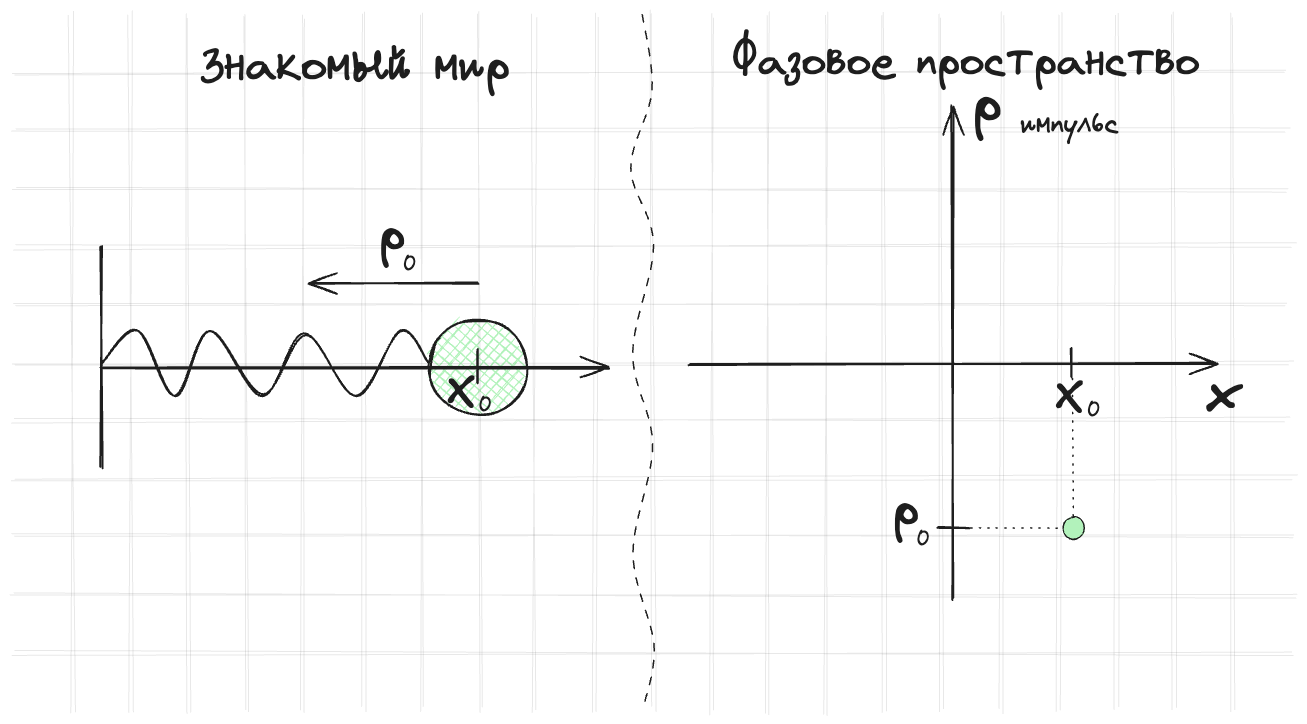
Before: assets/images/numerical_method/phase_space_spring.excalidraw.png, a diagram exported from Excalidraw (kozakromch/game_physics_2). Source tidied: one line per element, renumbered; positions are measured from the earlier drawing's top-left corner, leaving out a move shared by most shapes. Source of this version:
```json
{"id": 0, "type": "line", "strokeColor": "#1e1e1e", "angle": 4.71, "strokeWidth": 2, "roughness": 1, "round": true, "x": 269, "y": 343, "width": 220, "height": 0, "points": [[0, 0], [220, 0]]}
{"id": 1, "type": "ellipse", "strokeColor": "#1e1e1e", "angle": 4.71, "backgroundColor": "#b2f2bb", "fillStyle": "cross-hatch", "strokeWidth": 2, "roughness": 1, "round": true, "x": 707, "y": 304, "width": 95, "height": 99}
{"id": 2, "type": "line", "strokeColor": "#1e1e1e", "strokeWidth": 1, "roughness": 2, "opacity": 10, "round": true, "x": 290, "y": 59, "width": 1272, "height": 0, "points": [[0, 0], [1272, 0]]}
{"id": 3, "type": "line", "strokeColor": "#1e1e1e", "strokeWidth": 1, "roughness": 2, "opacity": 10, "round": true, "x": 290, "y": 407, "width": 1272, "height": 0, "points": [[0, 0], [1272, 0]]}
{"id": 4, "type": "line", "strokeColor": "#1e1e1e", "strokeWidth": 1, "roughness": 2, "opacity": 10, "round": true, "x": 290, "y": 116, "width": 1275, "height": 0, "points": [[0, 0], [1275, 0]]}
{"id": 5, "type": "line", "strokeColor": "#1e1e1e", "strokeWidth": 1, "roughness": 2, "opacity": 10, "round": true, "x": 290, "y": 465, "width": 1280, "height": 0, "points": [[0, 0], [1280, 0]]}
{"id": 6, "type": "line", "strokeColor": "#1e1e1e", "strokeWidth": 1, "roughness": 2, "opacity": 10, "round": true, "x": 290, "y": 175, "width": 1273, "height": 0, "points": [[0, 0], [1273, 0]]}
{"id": 7, "type": "line", "strokeColor": "#1e1e1e", "strokeWidth": 1, "roughness": 2, "opacity": 10, "round": true, "x": 290, "y": 522, "width": 1278, "height": 0, "points": [[0, 0], [1278, 0]]}
{"id": 8, "type": "line", "strokeColor": "#1e1e1e", "strokeWidth": 1, "roughness": 2, "opacity": 10, "round": true, "x": 290, "y": 232, "width": 1280, "height": 0, "points": [[0, 0], [1280, 0]]}
{"id": 9, "type": "line", "strokeColor": "#1e1e1e", "strokeWidth": 1, "roughness": 2, "opacity": 10, "round": true, "x": 289, "y": 580, "width": 1282, "height": 0, "points": [[0, 0], [1282, 0]]}
{"id": 10, "type": "line", "strokeColor": "#1e1e1e", "strokeWidth": 1, "roughness": 2, "opacity": 10, "round": true, "x": 290, "y": 291, "width": 1271, "height": 0, "points": [[0, 0], [1271, 0]]}
{"id": 11, "type": "line", "strokeColor": "#1e1e1e", "strokeWidth": 1, "roughness": 2, "opacity": 10, "round": true, "x": 290, "y": 639, "width": 1279, "height": 0, "points": [[0, 0], [1279, 0]]}
{"id": 12, "type": "line", "strokeColor": "#1e1e1e", "strokeWidth": 1, "roughness": 2, "opacity": 10, "round": true, "x": 291, "y": 348, "width": 1277, "height": 0, "points": [[0, 0], [1277, 0]]}
{"id": 13, "type": "line", "strokeColor": "#1e1e1e", "angle": 1.57, "strokeWidth": 1, "roughness": 2, "opacity": 10, "round": true, "x": 581, "y": 347, "width": 696, "height": 0, "points": [[0, 0], [696, 0]]}
{"id": 14, "type": "line", "strokeColor": "#1e1e1e", "angle": 1.57, "strokeWidth": 1, "roughness": 2, "opacity": 10, "round": true, "x": 233, "y": 348, "width": 696, "height": 0, "points": [[0, 0], [696, 0]]}
{"id": 15, "type": "line", "strokeColor": "#1e1e1e", "angle": 1.57, "strokeWidth": 1, "roughness": 2, "opacity": 10, "round": true, "x": 523, "y": 348, "width": 697, "height": 0, "points": [[0, 0], [697, 0]]}
{"id": 16, "type": "line", "strokeColor": "#1e1e1e", "angle": 1.57, "strokeWidth": 1, "roughness": 2, "opacity": 10, "round": true, "x": 174, "y": 348, "width": 697, "height": 0, "points": [[0, 0], [697, 0]]}
{"id": 17, "type": "line", "strokeColor": "#1e1e1e", "angle": 1.57, "strokeWidth": 1, "roughness": 2, "opacity": 10, "round": true, "x": 465, "y": 348, "width": 697, "height": 0, "points": [[0, 0], [697, 0]]}
{"id": 18, "type": "line", "strokeColor": "#1e1e1e", "angle": 1.57, "strokeWidth": 1, "roughness": 2, "opacity": 10, "round": true, "x": 116, "y": 349, "width": 697, "height": 0, "points": [[0, 0], [697, 0]]}
{"id": 19, "type": "line", "strokeColor": "#1e1e1e", "angle": 1.57, "strokeWidth": 1, "roughness": 2, "opacity": 10, "round": true, "x": 406, "y": 348, "width": 697, "height": 0, "points": [[0, 0], [697, 0]]}
{"id": 20, "type": "line", "strokeColor": "#1e1e1e", "angle": 1.57, "strokeWidth": 1, "roughness": 2, "opacity": 10, "round": true, "x": 58, "y": 348, "width": 697, "height": 0, "points": [[0, 0], [697, 0]]}
{"id": 21, "type": "line", "strokeColor": "#1e1e1e", "angle": 1.57, "strokeWidth": 1, "roughness": 2, "opacity": 10, "round": true, "x": 349, "y": 348, "width": 697, "height": 0, "points": [[0, 0], [697, 0]]}
{"id": 22, "type": "line", "strokeColor": "#1e1e1e", "angle": 1.57, "strokeWidth": 1, "roughness": 2, "opacity": 10, "round": true, "x": 0, "y": 348, "width": 697, "height": 0, "points": [[0, 0], [697, 0]]}
{"id": 23, "type": "line", "strokeColor": "#1e1e1e", "angle": 1.57, "strokeWidth": 1, "roughness": 2, "opacity": 10, "round": true, "x": 290, "y": 348, "width": 696, "height": 0, "points": [[0, 0], [696, 0]]}
{"id": 24, "type": "line", "strokeColor": "#1e1e1e", "angle": 1.57, "strokeWidth": 1, "roughness": 2, "opacity": 10, "round": true, "x": 639, "y": 348, "width": 697, "height": 0, "points": [[0, 0], [697, 0]]}
{"id": 25, "type": "line", "strokeColor": "#1e1e1e", "angle": 1.57, "strokeWidth": 1, "roughness": 2, "opacity": 10, "round": true, "x": 929, "y": 349, "width": 696, "height": 0, "points": [[0, 0], [696, 0]]}
{"id": 26, "type": "line", "strokeColor": "#1e1e1e", "angle": 1.57, "strokeWidth": 1, "roughness": 2, "opacity": 10, "round": true, "x": 871, "y": 349, "width": 697, "height": 0, "points": [[0, 0], [697, 0]]}
{"id": 27, "type": "line", "strokeColor": "#1e1e1e", "angle": 1.57, "strokeWidth": 1, "roughness": 2, "opacity": 10, "round": true, "x": 1161, "y": 348, "width": 697, "height": 0, "points": [[0, 0], [697, 0]]}
{"id": 28, "type": "line", "strokeColor": "#1e1e1e", "angle": 1.57, "strokeWidth": 1, "roughness": 2, "opacity": 10, "round": true, "x": 813, "y": 349, "width": 697, "height": 0, "points": [[0, 0], [697, 0]]}
{"id": 29, "type": "line", "strokeColor": "#1e1e1e", "angle": 1.57, "strokeWidth": 1, "roughness": 2, "opacity": 10, "round": true, "x": 1103, "y": 348, "width": 697, "height": 0, "points": [[0, 0], [697, 0]]}
{"id": 30, "type": "line", "strokeColor": "#1e1e1e", "angle": 1.57, "strokeWidth": 1, "roughness": 2, "opacity": 10, "round": true, "x": 755, "y": 349, "width": 697, "height": 0, "points": [[0, 0], [697, 0]]}
{"id": 31, "type": "line", "strokeColor": "#1e1e1e", "angle": 1.57, "strokeWidth": 1, "roughness": 2, "opacity": 10, "round": true, "x": 1045, "y": 349, "width": 697, "height": 0, "points": [[0, 0], [697, 0]]}
{"id": 32, "type": "line", "strokeColor": "#1e1e1e", "angle": 1.57, "strokeWidth": 1, "roughness": 2, "opacity": 10, "round": true, "x": 697, "y": 348, "width": 697, "height": 0, "points": [[0, 0], [697, 0]]}
{"id": 33, "type": "line", "strokeColor": "#1e1e1e", "angle": 1.57, "strokeWidth": 1, "roughness": 2, "opacity": 10, "round": true, "x": 987, "y": 349, "width": 696, "height": 0, "points": [[0, 0], [696, 0]]}
{"id": 34, "type": "line", "strokeColor": "#1e1e1e", "angle": 4.71, "strokeWidth": 2, "roughness": 1, "round": true, "x": 542, "y": 185, "width": 65, "height": 328, "points": [[0, 0], [33, 36], [-33, 73], [33, 109], [-33, 160], [29, 204], [-33, 255], [33, 299], [0, 328]]}
{"id": 35, "type": "arrow", "strokeColor": "#1e1e1e", "strokeWidth": 2, "roughness": 1, "endArrowhead": "arrow", "round": true, "x": 377, "y": 354, "width": 508, "height": 0, "points": [[0, 0], [508, 0]]}
{"id": 36, "type": "line", "strokeColor": "#1e1e1e", "strokeWidth": 2, "roughness": 1, "round": true, "x": 754, "y": 335, "width": 0, "height": 33, "points": [[0, 0], [0, 33]]}
{"id": 37, "type": "arrow", "strokeColor": "#1e1e1e", "strokeWidth": 2, "roughness": 1, "endArrowhead": "arrow", "round": true, "to": 49, "x": 1229, "y": 584, "width": 0, "height": 493, "points": [[0, 0], [0, -493]]}
{"id": 38, "type": "arrow", "strokeColor": "#1e1e1e", "strokeWidth": 2, "roughness": 1, "endArrowhead": "arrow", "round": true, "x": 966, "y": 351, "width": 527, "height": 2, "points": [[0, 0], [527, -2]]}
{"id": 39, "type": "line", "strokeColor": "#1e1e1e", "strokeWidth": 2, "roughness": 1, "round": true, "x": 1348, "y": 334, "width": 0, "height": 29, "points": [[0, 0], [0, 29]]}
{"id": 40, "type": "text", "text": "X", "strokeColor": "#1e1e1e", "strokeWidth": 2, "roughness": 1, "fontSize": 46.63, "fontFamily": 1, "x": 1332, "y": 353, "width": 28, "height": 58}
{"id": 41, "type": "text", "text": "x", "strokeColor": "#1e1e1e", "strokeWidth": 2, "roughness": 1, "fontSize": 58.96, "fontFamily": 1, "x": 1482, "y": 342, "width": 33, "height": 74}
{"id": 42, "type": "text", "text": "импульс", "strokeColor": "#1e1e1e", "strokeWidth": 2, "roughness": 1, "fontSize": 28, "fontFamily": 1, "x": 1297, "y": 93, "width": 98, "height": 35}
{"id": 43, "type": "arrow", "strokeColor": "#1e1e1e", "strokeWidth": 2, "roughness": 1, "endArrowhead": "arrow", "round": true, "x": 754, "y": 270, "width": 168, "height": 0, "points": [[0, 0], [-168, 0]]}
{"id": 44, "type": "text", "text": "p", "strokeColor": "#1e1e1e", "strokeWidth": 2, "roughness": 1, "fontSize": 50.84, "fontFamily": 1, "x": 657, "y": 190, "width": 25, "height": 64}
{"id": 45, "type": "line", "strokeColor": "#1e1e1e", "strokeWidth": 2, "roughness": 1, "round": true, "x": 1246, "y": 513, "width": 31, "height": 0, "points": [[0, 0], [-31, 0]]}
{"id": 46, "type": "line", "strokeColor": "#1e1e1e", "strokeWidth": 1, "strokeStyle": "dotted", "roughness": 1, "round": true, "x": 1247, "y": 514, "width": 105, "height": 0, "points": [[0, 0], [105, 0]]}
{"id": 47, "type": "line", "strokeColor": "#1e1e1e", "strokeWidth": 1, "strokeStyle": "dotted", "roughness": 1, "round": true, "x": 1349, "y": 363, "width": 0, "height": 149, "points": [[0, 0], [0, 149]]}
{"id": 48, "type": "ellipse", "strokeColor": "#1e1e1e", "backgroundColor": "#b2f2bb", "fillStyle": "solid", "strokeWidth": 1, "roughness": 1, "round": true, "x": 1340, "y": 503, "width": 21, "height": 22}
{"id": 49, "type": "text", "text": "Фазовое пространство", "strokeColor": "#1e1e1e", "backgroundColor": "#b2f2bb", "fillStyle": "solid", "strokeWidth": 1, "roughness": 1, "fontSize": 43.54, "fontFamily": 1, "x": 1009, "y": 22, "width": 467, "height": 54}
{"id": 50, "type": "line", "strokeColor": "#1e1e1e", "strokeWidth": 1, "strokeStyle": "dashed", "roughness": 1, "round": true, "x": 919, "y": 0, "width": 21, "height": 693, "points": [[0, 0], [11, 77], [-11, 154], [11, 231], [-11, 339], [9, 431], [-11, 539], [11, 631], [0, 693]]}
{"id": 51, "type": "text", "text": "p", "strokeColor": "#1e1e1e", "strokeWidth": 2, "roughness": 1, "fontSize": 56.5, "fontFamily": 1, "x": 1251, "y": 56, "width": 28, "height": 71}
{"id": 52, "type": "text", "text": "0", "strokeColor": "#1e1e1e", "strokeWidth": 2, "roughness": 1, "fontSize": 20, "fontFamily": 1, "x": 680, "y": 238, "width": 14, "height": 25}
{"id": 53, "type": "text", "text": "0", "strokeColor": "#1e1e1e", "strokeWidth": 2, "roughness": 1, "fontSize": 20, "fontFamily": 1, "x": 1364, "y": 384, "width": 14, "height": 25}
{"id": 54, "type": "text", "text": "p", "strokeColor": "#1e1e1e", "strokeWidth": 2, "roughness": 1, "fontSize": 50.84, "fontFamily": 1, "x": 1171, "y": 465, "width": 25, "height": 64}
{"id": 55, "type": "text", "text": "0", "strokeColor": "#1e1e1e", "strokeWidth": 2, "roughness": 1, "fontSize": 20, "fontFamily": 1, "x": 1193, "y": 513, "width": 14, "height": 25}
{"id": 56, "type": "text", "text": "X", "strokeColor": "#1e1e1e", "strokeWidth": 2, "roughness": 1, "fontSize": 46.63, "fontFamily": 1, "x": 724, "y": 348, "width": 28, "height": 58}
{"id": 57, "type": "text", "text": "0", "strokeColor": "#1e1e1e", "strokeWidth": 2, "roughness": 1, "fontSize": 20, "fontFamily": 1, "x": 755, "y": 378, "width": 14, "height": 25}
{"id": 58, "type": "text", "text": "Знакомый мир", "strokeColor": "#1e1e1e", "backgroundColor": "#b2f2bb", "fillStyle": "solid", "strokeWidth": 1, "roughness": 1, "fontSize": 46.64, "fontFamily": 1, "x": 478, "y": 24, "width": 308, "height": 58}
```
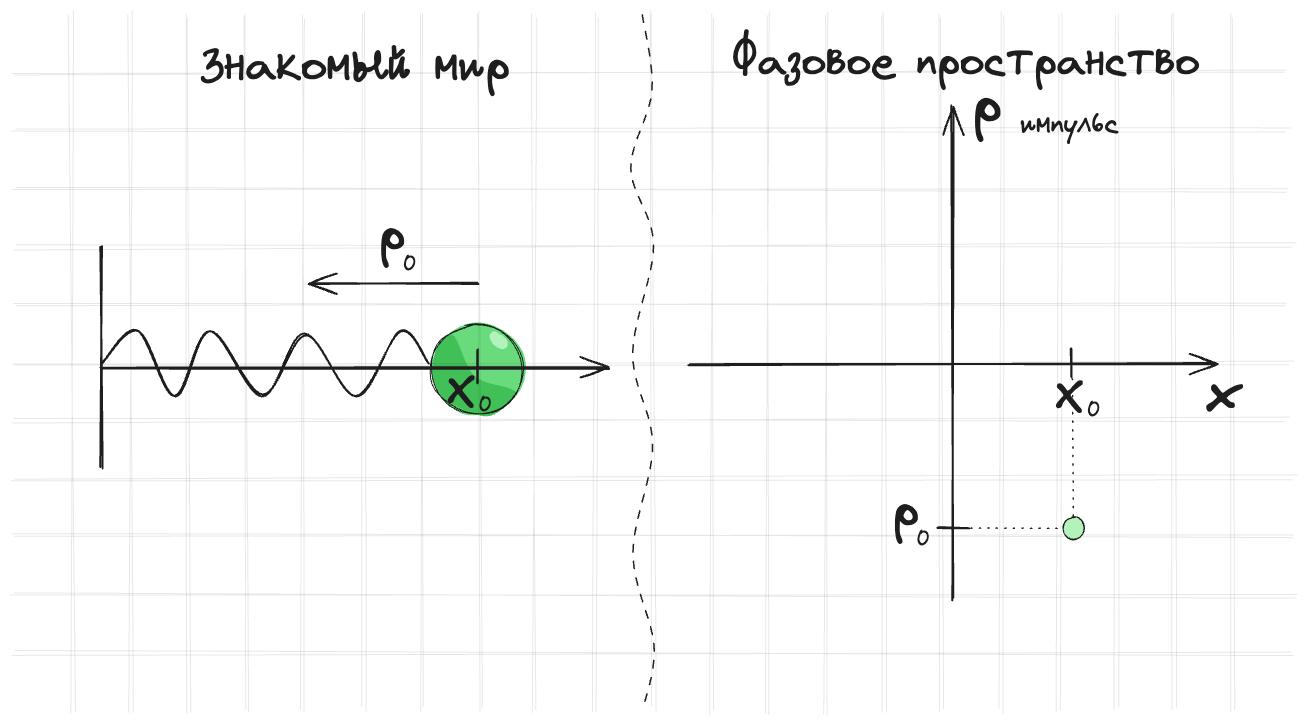
Later version of the same file.

Diff of the diagram source:
```diff
@@ -1,5 +1,8 @@
 {"id": 0, "type": "line", "strokeColor": "#1e1e1e", "angle": 4.71, "strokeWidth": 2, "roughness": 1, "round": true, "x": 269, "y": 343, "width": 220, "height": 0, "points": [[0, 0], [220, 0]]}
-{"id": 1, "type": "ellipse", "strokeColor": "#1e1e1e", "angle": 4.71, "backgroundColor": "#b2f2bb", "fillStyle": "cross-hatch", "strokeWidth": 2, "roughness": 1, "round": true, "x": 707, "y": 304, "width": 95, "height": 99}
+{"id": 59, "type": "ellipse", "strokeColor": "transparent", "angle": 4.84, "backgroundColor": "#69db7c", "fillStyle": "solid", "strokeWidth": 1, "roughness": 1, "x": 709, "y": 309, "width": 92, "height": 92}
+{"id": 60, "type": "line", "strokeColor": "transparent", "angle": 0.53, "backgroundColor": "#40c057", "fillStyle": "solid", "strokeWidth": 1, "roughness": 1, "round": true, "x": 742, "y": 398, "width": 91, "height": 63, "points": [[0, 0], [-15, -4], [-27, -13], [-36, -27], [-39, -47], [-31, -63], [5, -38], [46, -45], [51, -40], [46, -23], [37, -11], [21, -2], [0, 0]]}
+{"id": 61, "type": "ellipse", "strokeColor": "transparent", "angle": 0.7, "backgroundColor": "#b2f2bb", "fillStyle": "solid", "strokeWidth": 1, "roughness": 1, "round": true, "x": 765, "y": 320, "width": 21, "height": 12}
+{"id": 62, "type": "ellipse", "strokeColor": "#1e1e1e", "strokeWidth": 1, "roughness": 1, "round": true, "x": 707, "y": 310, "width": 92, "height": 90}
 {"id": 2, "type": "line", "strokeColor": "#1e1e1e", "strokeWidth": 1, "roughness": 2, "opacity": 10, "round": true, "x": 290, "y": 59, "width": 1272, "height": 0, "points": [[0, 0], [1272, 0]]}
 {"id": 3, "type": "line", "strokeColor": "#1e1e1e", "strokeWidth": 1, "roughness": 2, "opacity": 10, "round": true, "x": 290, "y": 407, "width": 1272, "height": 0, "points": [[0, 0], [1272, 0]]}
 {"id": 4, "type": "line", "strokeColor": "#1e1e1e", "strokeWidth": 1, "roughness": 2, "opacity": 10, "round": true, "x": 290, "y": 116, "width": 1275, "height": 0, "points": [[0, 0], [1275, 0]]}
@@ -43,7 +46,7 @@
 {"id": 42, "type": "text", "text": "импульс", "strokeColor": "#1e1e1e", "strokeWidth": 2, "roughness": 1, "fontSize": 28, "fontFamily": 1, "x": 1297, "y": 93, "width": 98, "height": 35}
 {"id": 43, "type": "arrow", "strokeColor": "#1e1e1e", "strokeWidth": 2, "roughness": 1, "endArrowhead": "arrow", "round": true, "x": 754, "y": 270, "width": 168, "height": 0, "points": [[0, 0], [-168, 0]]}
 {"id": 44, "type": "text", "text": "p", "strokeColor": "#1e1e1e", "strokeWidth": 2, "roughness": 1, "fontSize": 50.84, "fontFamily": 1, "x": 657, "y": 190, "width": 25, "height": 64}
-{"id": 45, "type": "line", "strokeColor": "#1e1e1e", "strokeWidth": 2, "roughness": 1, "round": true, "x": 1246, "y": 513, "width": 31, "height": 0, "points": [[0, 0], [-31, 0]]}
+{"id": 45, "type": "line", "strokeColor": "#1e1e1e", "strokeWidth": 2, "roughness": 1, "round": true, "x": 1246, "y": 514, "width": 31, "height": 0, "points": [[0, 0], [-31, 0]]}
 {"id": 46, "type": "line", "strokeColor": "#1e1e1e", "strokeWidth": 1, "strokeStyle": "dotted", "roughness": 1, "round": true, "x": 1247, "y": 514, "width": 105, "height": 0, "points": [[0, 0], [105, 0]]}
 {"id": 47, "type": "line", "strokeColor": "#1e1e1e", "strokeWidth": 1, "strokeStyle": "dotted", "roughness": 1, "round": true, "x": 1349, "y": 363, "width": 0, "height": 149, "points": [[0, 0], [0, 149]]}
 {"id": 48, "type": "ellipse", "strokeColor": "#1e1e1e", "backgroundColor": "#b2f2bb", "fillStyle": "solid", "strokeWidth": 1, "roughness": 1, "round": true, "x": 1340, "y": 503, "width": 21, "height": 22}
@@ -55,5 +58,5 @@
 {"id": 54, "type": "text", "text": "p", "strokeColor": "#1e1e1e", "strokeWidth": 2, "roughness": 1, "fontSize": 50.84, "fontFamily": 1, "x": 1171, "y": 465, "width": 25, "height": 64}
 {"id": 55, "type": "text", "text": "0", "strokeColor": "#1e1e1e", "strokeWidth": 2, "roughness": 1, "fontSize": 20, "fontFamily": 1, "x": 1193, "y": 513, "width": 14, "height": 25}
 {"id": 56, "type": "text", "text": "X", "strokeColor": "#1e1e1e", "strokeWidth": 2, "roughness": 1, "fontSize": 46.63, "fontFamily": 1, "x": 724, "y": 348, "width": 28, "height": 58}
-{"id": 57, "type": "text", "text": "0", "strokeColor": "#1e1e1e", "strokeWidth": 2, "roughness": 1, "fontSize": 20, "fontFamily": 1, "x": 755, "y": 378, "width": 14, "height": 25}
+{"id": 57, "type": "text", "text": "0", "strokeColor": "#1e1e1e", "strokeWidth": 2, "roughness": 1, "fontSize": 20, "fontFamily": 1, "x": 755, "y": 379, "width": 14, "height": 25}
 {"id": 58, "type": "text", "text": "Знакомый мир", "strokeColor": "#1e1e1e", "backgroundColor": "#b2f2bb", "fillStyle": "solid", "strokeWidth": 1, "roughness": 1, "fontSize": 46.64, "fontFamily": 1, "x": 478, "y": 24, "width": 308, "height": 58}
```
